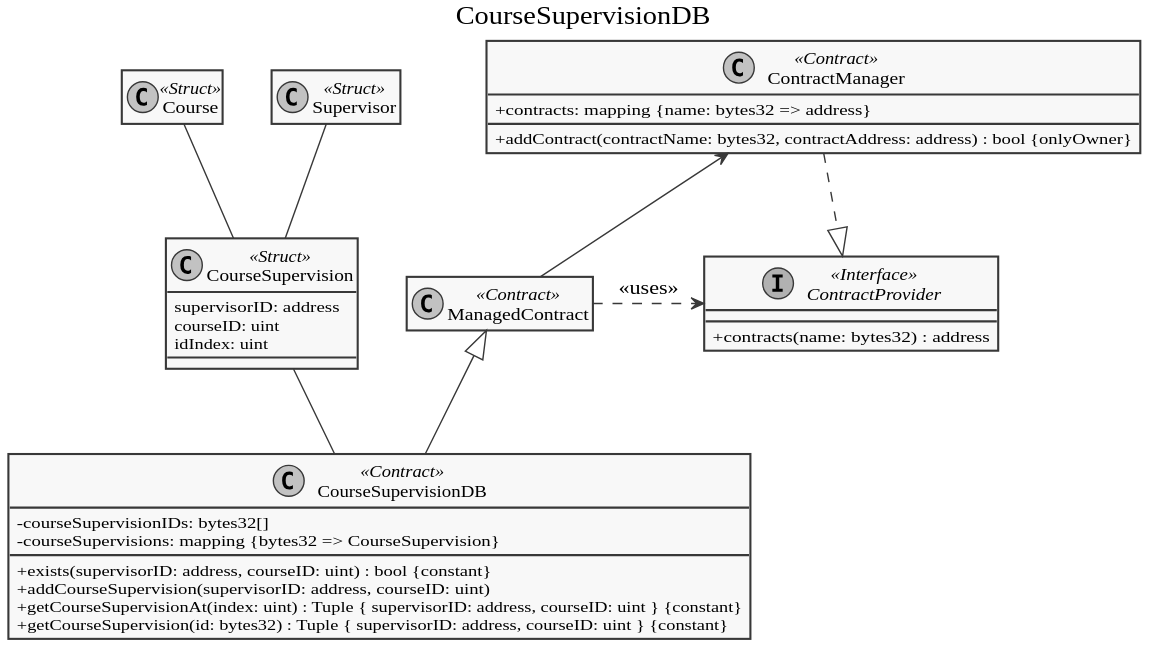
Earlier version of the PlantUML export doc/diagrams/export/contracts/coursesupervisiondb.svg (dev-tee/blockpass). The source it was exported from:
```plantuml
@startuml


skinparam monochrome true
skinparam shadowing false
skinparam classAttributeIconSize 0
skinparam defaultFontName "Source Sans Pro Semibold"








title Owned

class Owned << Contract >> {
  +owner: address
  __
  +Owned()
  .. Modifier ..
  #onlyOwner()
}



title ContractProvider

interface ContractProvider << Interface >> {
  +contracts(name: bytes32) : address
}


title ContractManager

class ContractManager << Contract >> {
  +contracts: mapping {name: bytes32 => address}
  +addContract(contractName: bytes32, contractAddress: address) : bool {onlyOwner}
}

ContractManager -up-|> Owned

ContractManager .down.|> ContractProvider


title ManagedContract

class ManagedContract << Contract >> {
  #MAN: address
  __
  +setContractManagerAddress(contractManagerAddress: address) : bool
  .. Modifier ..
  #permission(permittedSender: bytes32)
}

ManagedContract .right.> ContractProvider : << uses >>
ManagedContract -up-> ContractManager

hide Owned




title SupervisorDB

class Supervisor << Struct >> {
  name: bytes32
  uaccountID: bytes32
  index: uint
  courseSupervisionIDs: bytes32[]
  testSupervisionIDs: bytes32[]
  supervisorAssessmentIDs: bytes32[]
}

class SupervisorDB << Contract >> {
  -indices: address[]
  -supervisors: mapping {address => Supervisor}
  __
  +isSupervisor(account: address) : bool {constant}
  +addSupervisor(account: address, name: bytes32, uaccountID: bytes32)
  +getSupervisor(account: address) : Tuple { name: bytes32, uaccountID: bytes32 } {constant}
  +getSupervisorAt(index: uint) : Tuple { name: bytes32, uaccountID: bytes32 } {constant}
  +getNumSupervisors() : uint {constant}
  .. Setter for combined values ..
  +addCourseSupervisionID(account: address, id: bytes32) {permission: "coursesupervisiondb"}
  +addTestSupervisionID(account: address, id: bytes32) {permission: "testsupervisiondb"}
  +addSupervisorAssessmentID(account: address, id: bytes32) {permission: "supervisorassessmentdb"}
}

SupervisorDB -up-|> ManagedContract
SupervisorDB -down- Supervisor

hide ManagedContract members




title CourseDB

class Course << Struct >> {
  description: string
  ectsPoints: uint
  name: bytes32
  assignmentIDs: uint[]
  testIDs: uint[]
  courseParticipationIDs: bytes32[]
  courseSupervisionIDs: bytes32[]
}

class CourseDB << Contract >> {
  -courses: Course[]
  __
  +addCourse(description: string, name: bytes32, ectsPoints: uint) : uint
  +getCourse(id: uint) : Tuple { description: string, name: bytes32, ectsPoints: uint } {constant}
  +getNumCourses() : uint {constant}
  .. Setter for combined values ..
  +addCourseParticipationID(courseID: uint, id: bytes32) {permission: "courseparticipationdb" }
  +addCourseSupervisionID(courseID: uint, id: bytes32) {permission: "coursesupervisiondb"}
  +addAssignmentID(courseID: uint, id: uint) {permission: "assignmentdb"}
  +addTestID(courseID: uint, id: uint) {permission: "testdb"}
}

CourseDB -up-|> ManagedContract
CourseDB -down- Course

hide ManagedContract members


title CourseSupervisionDB

class CourseSupervision << Struct >> {
  supervisorID: address
  courseID: uint
  idIndex: uint
}

class CourseSupervisionDB << Contract >> {
  -courseSupervisionIDs: bytes32[]
  -courseSupervisions: mapping {bytes32 => CourseSupervision}
  __
  +exists(supervisorID: address, courseID: uint) : bool {constant}
  +addCourseSupervision(supervisorID: address, courseID: uint)
  +getCourseSupervisionAt(index: uint) : Tuple { supervisorID: address, courseID: uint } {constant}
  +getCourseSupervision(id: bytes32) : Tuple { supervisorID: address, courseID: uint } {constant}
}



CourseSupervisionDB -up-|> ManagedContract
CourseSupervisionDB -up- CourseSupervision
CourseSupervision -up- Supervisor
CourseSupervision -up- Course

hide ManagedContract members
hide SupervisorDB
hide Supervisor members
hide CourseDB
hide Course members

@enduml
```
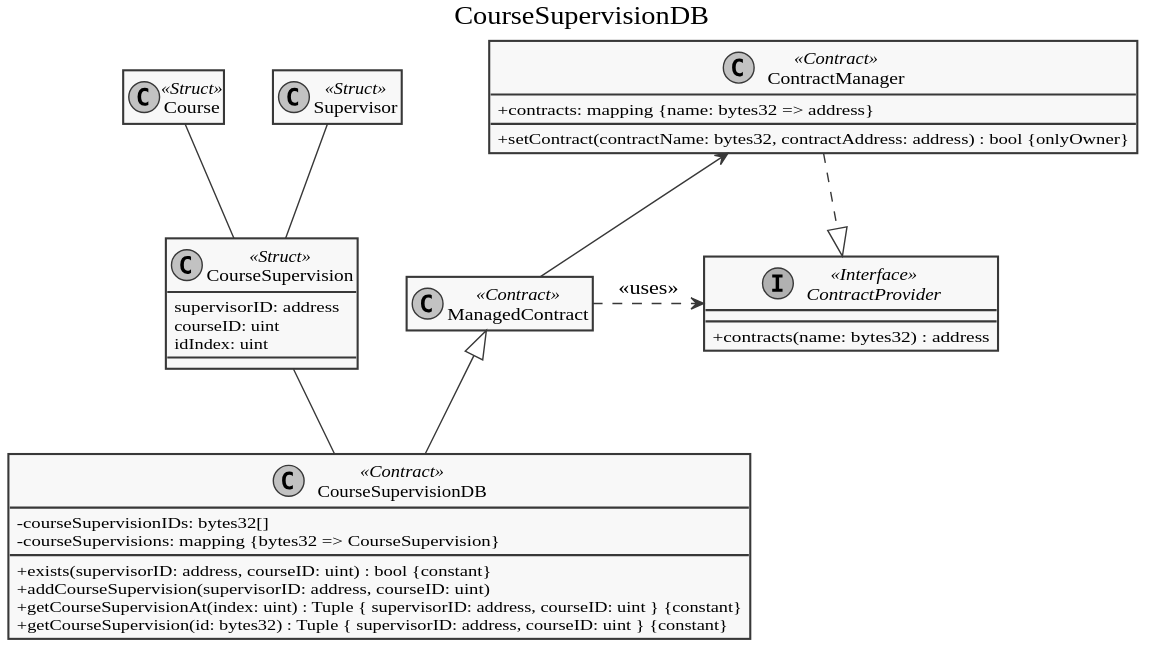
After the change.

The edit, as a diff of the source:
```diff
@@ -36,7 +36,7 @@
 
 class ContractManager << Contract >> {
   +contracts: mapping {name: bytes32 => address}
-  +addContract(contractName: bytes32, contractAddress: address) : bool {onlyOwner}
+  +setContract(contractName: bytes32, contractAddress: address) : bool {onlyOwner}
 }
 
 ContractManager -up-|> Owned
@@ -65,8 +65,8 @@
 title SupervisorDB
 
 class Supervisor << Struct >> {
-  name: bytes32
-  uaccountID: bytes32
+  name: string
+  uaccountID: string
   index: uint
   courseSupervisionIDs: bytes32[]
   testSupervisionIDs: bytes32[]
@@ -78,9 +78,9 @@
   -supervisors: mapping {address => Supervisor}
   __
   +isSupervisor(account: address) : bool {constant}
-  +addSupervisor(account: address, name: bytes32, uaccountID: bytes32)
-  +getSupervisor(account: address) : Tuple { name: bytes32, uaccountID: bytes32 } {constant}
-  +getSupervisorAt(index: uint) : Tuple { name: bytes32, uaccountID: bytes32 } {constant}
+  +addSupervisor(account: address, name: string, uaccountID: string)
+  +getSupervisor(account: address) : Tuple { name: string, uaccountID: string } {constant}
+  +getSupervisorAt(index: uint) : Tuple { name: string, uaccountID: string } {constant}
   +getNumSupervisors() : uint {constant}
   .. Setter for combined values ..
   +addCourseSupervisionID(account: address, id: bytes32) {permission: "coursesupervisiondb"}
@@ -100,8 +100,8 @@
 
 class Course << Struct >> {
   description: string
+  name: string
   ectsPoints: uint
-  name: bytes32
   assignmentIDs: uint[]
   testIDs: uint[]
   courseParticipationIDs: bytes32[]
@@ -111,8 +111,8 @@
 class CourseDB << Contract >> {
   -courses: Course[]
   __
-  +addCourse(description: string, name: bytes32, ectsPoints: uint) : uint
-  +getCourse(id: uint) : Tuple { description: string, name: bytes32, ectsPoints: uint } {constant}
+  +addCourse(description: string, name: string, ectsPoints: uint) : uint
+  +getCourse(id: uint) : Tuple { description: string, name: string, ectsPoints: uint } {constant}
   +getNumCourses() : uint {constant}
   .. Setter for combined values ..
   +addCourseParticipationID(courseID: uint, id: bytes32) {permission: "courseparticipationdb" }
```
